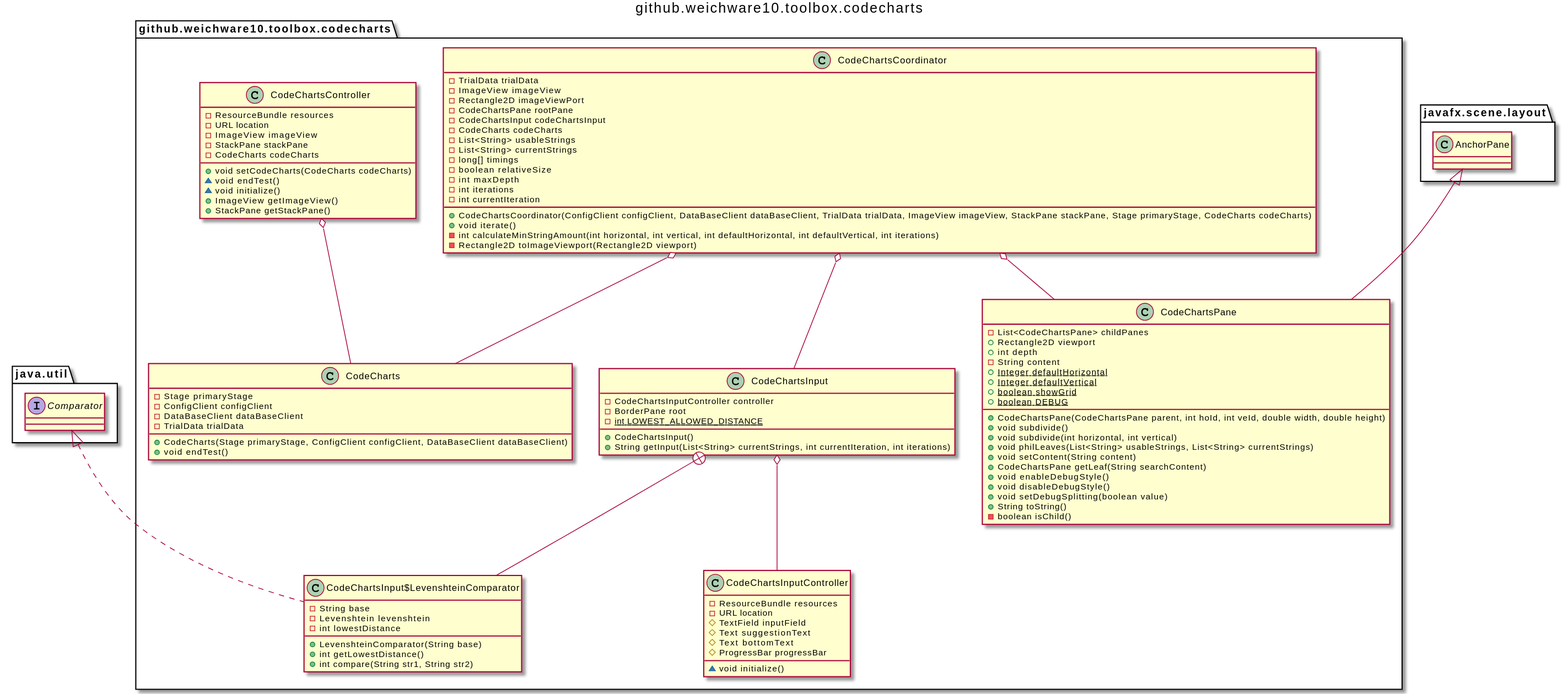
Before: uml-class/toolbox/codecharts/github.weichware10.toolbox.codecharts.svg, a diagram exported from PlantUML (weichware-10/dokumente).
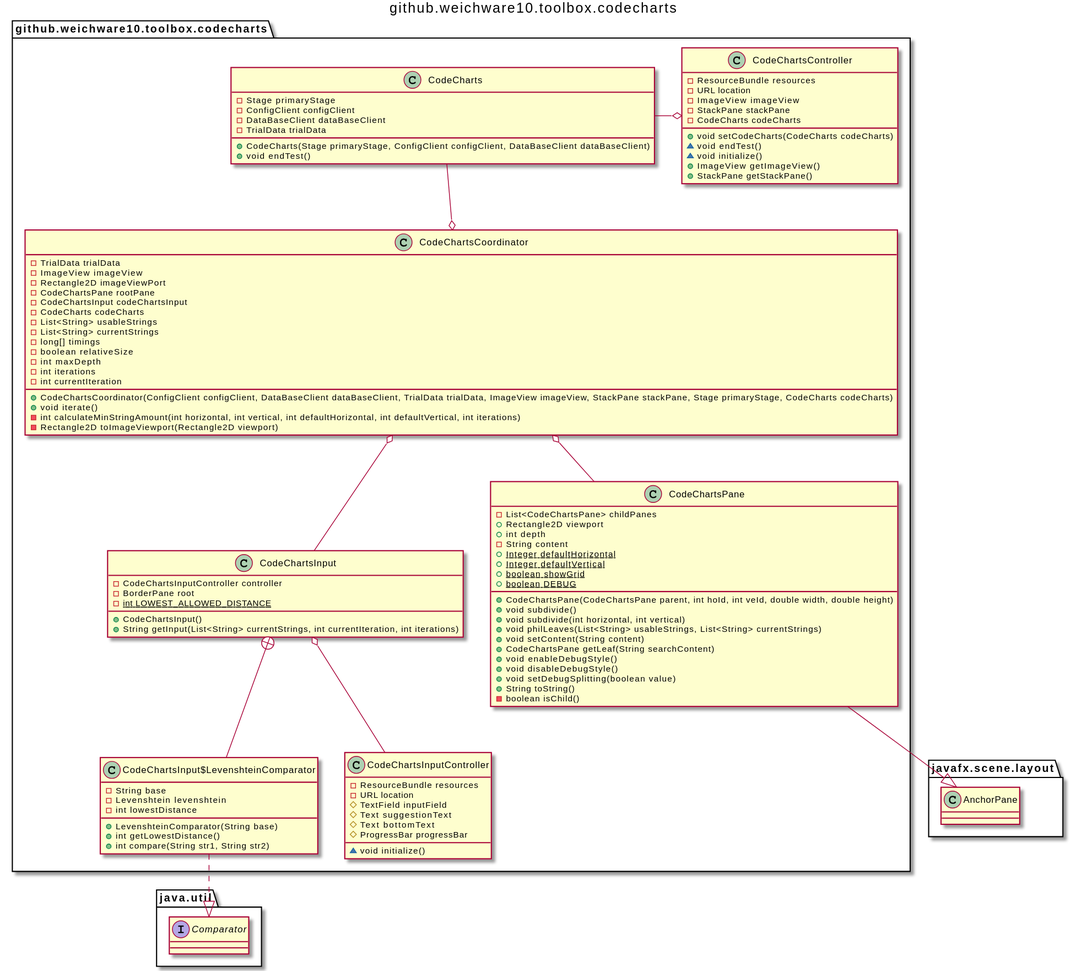
After the change.

Commit message:
[chore] rendered SVGs

Change to the diagram source:
```diff
@@ -110,14 +110,14 @@
 
 }
 
-github.weichware10.toolbox.codecharts.CodeChartsController o-- github.weichware10.toolbox.codecharts.CodeCharts
+github.weichware10.toolbox.codecharts.CodeChartsController o-l- github.weichware10.toolbox.codecharts.CodeCharts
 github.weichware10.toolbox.codecharts.CodeChartsCoordinator o-- github.weichware10.toolbox.codecharts.CodeChartsPane
 github.weichware10.toolbox.codecharts.CodeChartsCoordinator o-- github.weichware10.toolbox.codecharts.CodeChartsInput
-github.weichware10.toolbox.codecharts.CodeChartsCoordinator o-- github.weichware10.toolbox.codecharts.CodeCharts
+github.weichware10.toolbox.codecharts.CodeChartsCoordinator o-u- github.weichware10.toolbox.codecharts.CodeCharts
 github.weichware10.toolbox.codecharts.CodeChartsInput o-- github.weichware10.toolbox.codecharts.CodeChartsInputController
 
 interface java.util.Comparator
-java.util.Comparator <|.. github.weichware10.toolbox.codecharts.CodeChartsInput$LevenshteinComparator
+java.util.Comparator <|.u. github.weichware10.toolbox.codecharts.CodeChartsInput$LevenshteinComparator
 class javafx.scene.layout.AnchorPane
-javafx.scene.layout.AnchorPane <|-- github.weichware10.toolbox.codecharts.CodeChartsPane
+javafx.scene.layout.AnchorPane <|-u- github.weichware10.toolbox.codecharts.CodeChartsPane
 @enduml
```
